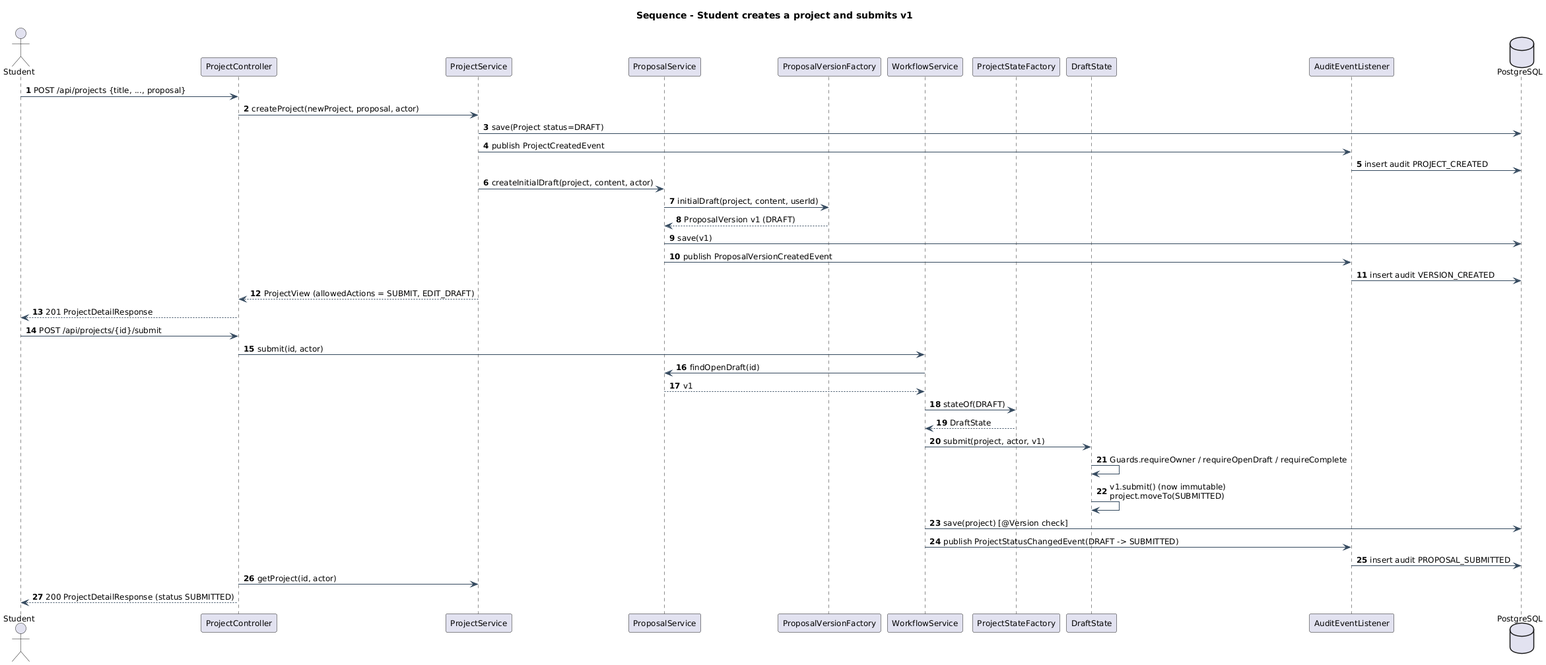
The PlantUML diagram docs/uml/png/05_seq_create_submit.png in udita-0707/Prastaav, before a commit.
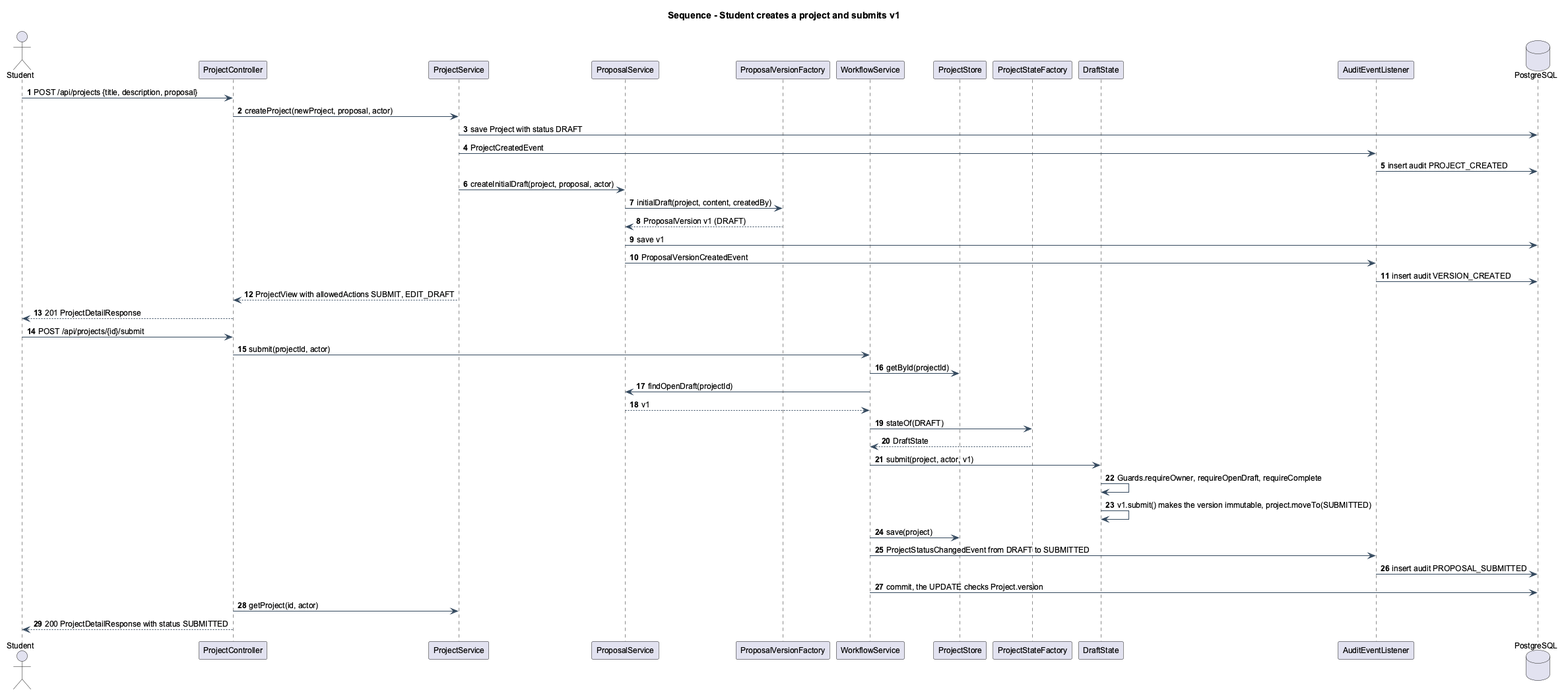
The same diagram one commit later.

Diff of the diagram source:
```diff
@@ -1,4 +1,5 @@
 @startuml 05_seq_create_submit
+!pragma layout smetana
 !include _style.iuml
 title Sequence - Student creates a project and submits v1
 autonumber
@@ -8,37 +9,39 @@
 participant "ProposalService" as PRS
 participant "ProposalVersionFactory" as PVF
 participant "WorkflowService" as WS
+participant "ProjectStore" as ST
 participant "ProjectStateFactory" as PSF
 participant "DraftState" as DS
 participant "AuditEventListener" as AEL
 database PostgreSQL as DB
 
-Student -> PC : POST /api/projects {title, ..., proposal}
+Student -> PC : POST /api/projects {title, description, proposal}
 PC -> PS : createProject(newProject, proposal, actor)
-PS -> DB : save(Project status=DRAFT)
-PS -> AEL : publish ProjectCreatedEvent
+PS -> DB : save Project with status DRAFT
+PS -> AEL : ProjectCreatedEvent
 AEL -> DB : insert audit PROJECT_CREATED
-PS -> PRS : createInitialDraft(project, content, actor)
-PRS -> PVF : initialDraft(project, content, userId)
+PS -> PRS : createInitialDraft(project, proposal, actor)
+PRS -> PVF : initialDraft(project, content, createdBy)
 PVF --> PRS : ProposalVersion v1 (DRAFT)
-PRS -> DB : save(v1)
-PRS -> AEL : publish ProposalVersionCreatedEvent
+PRS -> DB : save v1
+PRS -> AEL : ProposalVersionCreatedEvent
 AEL -> DB : insert audit VERSION_CREATED
-PS --> PC : ProjectView (allowedActions = SUBMIT, EDIT_DRAFT)
+PS --> PC : ProjectView with allowedActions SUBMIT, EDIT_DRAFT
 PC --> Student : 201 ProjectDetailResponse
-
 Student -> PC : POST /api/projects/{id}/submit
-PC -> WS : submit(id, actor)
-WS -> PRS : findOpenDraft(id)
+PC -> WS : submit(projectId, actor)
+WS -> ST : getById(projectId)
+WS -> PRS : findOpenDraft(projectId)
 PRS --> WS : v1
 WS -> PSF : stateOf(DRAFT)
 PSF --> WS : DraftState
 WS -> DS : submit(project, actor, v1)
-DS -> DS : Guards.requireOwner / requireOpenDraft / requireComplete
-DS -> DS : v1.submit() (now immutable)\nproject.moveTo(SUBMITTED)
-WS -> DB : save(project) [@Version check]
-WS -> AEL : publish ProjectStatusChangedEvent(DRAFT -> SUBMITTED)
+DS -> DS : Guards.requireOwner, requireOpenDraft, requireComplete
+DS -> DS : v1.submit() makes the version immutable, project.moveTo(SUBMITTED)
+WS -> ST : save(project)
+WS -> AEL : ProjectStatusChangedEvent from DRAFT to SUBMITTED
 AEL -> DB : insert audit PROPOSAL_SUBMITTED
+WS -> DB : commit, the UPDATE checks Project.version
 PC -> PS : getProject(id, actor)
-PC --> Student : 200 ProjectDetailResponse (status SUBMITTED)
+PC --> Student : 200 ProjectDetailResponse with status SUBMITTED
 @enduml
```
